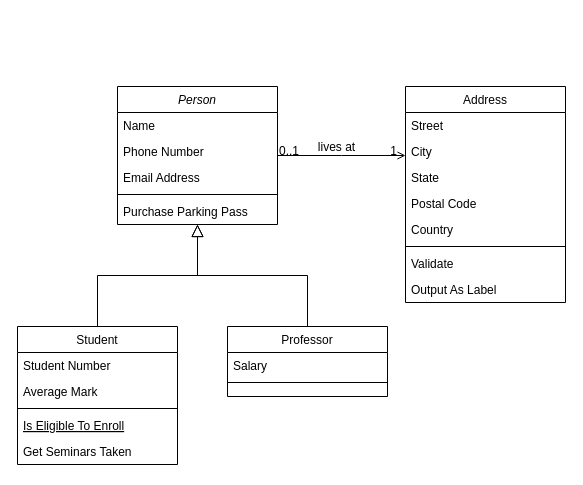
Before: JobSharing Class Diagram.drawio in lil-dua/JobSharing, a draw.io diagram. Source tidied: cells renumbered, new cells numbered last; positions are measured from the earlier drawing's top-left corner, leaving out a move shared by most shapes. Both pictures are drawn from the tidied source at 100%, with x=0, y=0 at pixel (17, 86).
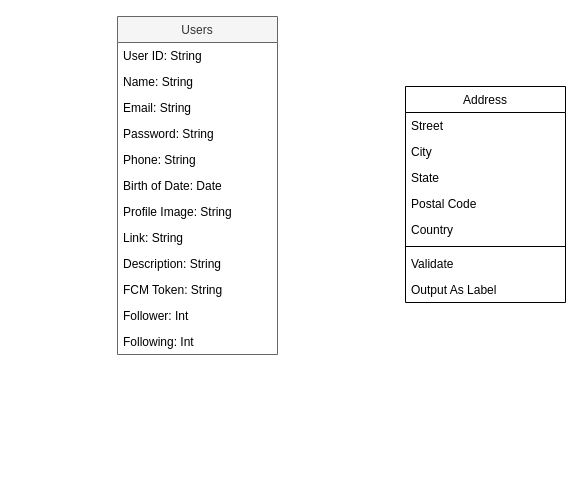
The same diagram, later.

The change refers to these unchanged cells:
```xml
<mxCell id="19" value="Address" style="swimlane;fontStyle=0;align=center;verticalAlign=top;horizontal=1;startSize=26;rounded=0;shadow=0;strokeWidth=1;" parent="1" vertex="1">
  <mxGeometry x="388" width="160" height="216" as="geometry" />
</mxCell>
```

Change to the diagram source:
```diff
@@
-    <mxCell id="2" value="Person" style="swimlane;fontStyle=2;align=center;verticalAlign=top;horizontal=1;startSize=26;rounded=0;shadow=0;strokeWidth=1;" parent="1" vertex="1">
-      <mxGeometry x="100" width="160" height="138" as="geometry" />
+    <mxCell id="2" value="Users" style="swimlane;fontStyle=0;align=center;verticalAlign=top;horizontal=1;startSize=26;rounded=0;shadow=0;strokeWidth=1;fillColor=#f5f5f5;fontColor=#333333;strokeColor=#666666;" parent="1" vertex="1">
+      <mxGeometry x="100" y="-70" width="160" height="338" as="geometry" />
     </mxCell>
+    <mxCell id="32" value="User ID: String" style="text;align=left;verticalAlign=top;spacingLeft=4;spacingRight=4;overflow=hidden;" parent="2" vertex="1">
+      <mxGeometry y="26" width="160" height="26" as="geometry" />
+    </mxCell>
-    <mxCell id="3" value="Name" style="text;align=left;verticalAlign=top;spacingLeft=4;spacingRight=4;overflow=hidden;" parent="2" vertex="1">
-      <mxGeometry y="26" width="160" height="26" as="geometry" />
+    <mxCell id="3" value="Name: String" style="text;align=left;verticalAlign=top;spacingLeft=4;spacingRight=4;overflow=hidden;" parent="2" vertex="1">
+      <mxGeometry y="52" width="160" height="26" as="geometry" />
     </mxCell>
-    <mxCell id="4" value="Phone Number" style="text;align=left;verticalAlign=top;spacingLeft=4;spacingRight=4;overflow=hidden;rounded=0;shadow=0;html=0;" parent="2" vertex="1">
-      <mxGeometry y="52" width="160" height="26" as="geometry" />
+    <mxCell id="4" value="Email: String" style="text;align=left;verticalAlign=top;spacingLeft=4;spacingRight=4;overflow=hidden;rounded=0;shadow=0;html=0;" parent="2" vertex="1">
+      <mxGeometry y="78" width="160" height="26" as="geometry" />
     </mxCell>
-    <mxCell id="5" value="Email Address" style="text;align=left;verticalAlign=top;spacingLeft=4;spacingRight=4;overflow=hidden;rounded=0;shadow=0;html=0;" parent="2" vertex="1">
-      <mxGeometry y="78" width="160" height="26" as="geometry" />
+    <mxCell id="5" value="Password: String" style="text;align=left;verticalAlign=top;spacingLeft=4;spacingRight=4;overflow=hidden;rounded=0;shadow=0;html=0;" parent="2" vertex="1">
+      <mxGeometry y="104" width="160" height="26" as="geometry" />
     </mxCell>
-    <mxCell id="6" style="line;html=1;strokeWidth=1;align=left;verticalAlign=middle;spacingTop=-1;spacingLeft=3;spacingRight=3;labelPosition=right;" parent="2" vertex="1">
-      <mxGeometry y="104" width="160" height="8" as="geometry" />
-    </mxCell>
-    <mxCell id="7" value="Purchase Parking Pass" style="text;align=left;verticalAlign=top;spacingLeft=4;spacingRight=4;overflow=hidden;" parent="2" vertex="1">
-      <mxGeometry y="112" width="160" height="26" as="geometry" />
-    </mxCell>
-    <mxCell id="8" value="Student" style="swimlane;fontStyle=0;align=center;verticalAlign=top;horizontal=1;startSize=26;rounded=0;shadow=0;strokeWidth=1;" parent="1" vertex="1">
-      <mxGeometry y="240" width="160" height="138" as="geometry" />
-    </mxCell>
-    <mxCell id="9" value="Student Number" style="text;align=left;verticalAlign=top;spacingLeft=4;spacingRight=4;overflow=hidden;" parent="8" vertex="1">
-      <mxGeometry y="26" width="160" height="26" as="geometry" />
-    </mxCell>
-    <mxCell id="10" value="Average Mark" style="text;align=left;verticalAlign=top;spacingLeft=4;spacingRight=4;overflow=hidden;rounded=0;shadow=0;html=0;" parent="8" vertex="1">
-      <mxGeometry y="52" width="160" height="26" as="geometry" />
-    </mxCell>
-    <mxCell id="11" style="line;html=1;strokeWidth=1;align=left;verticalAlign=middle;spacingTop=-1;spacingLeft=3;spacingRight=3;labelPosition=right;" parent="8" vertex="1">
-      <mxGeometry y="78" width="160" height="8" as="geometry" />
-    </mxCell>
-    <mxCell id="12" value="Is Eligible To Enroll" style="text;align=left;verticalAlign=top;spacingLeft=4;spacingRight=4;overflow=hidden;fontStyle=4;" parent="8" vertex="1">
-      <mxGeometry y="86" width="160" height="26" as="geometry" />
-    </mxCell>
-    <mxCell id="13" value="Get Seminars Taken" style="text;align=left;verticalAlign=top;spacingLeft=4;spacingRight=4;overflow=hidden;" parent="8" vertex="1">
-      <mxGeometry y="112" width="160" height="26" as="geometry" />
-    </mxCell>
-    <mxCell id="14" style="endArrow=block;endSize=10;endFill=0;shadow=0;strokeWidth=1;rounded=0;edgeStyle=elbowEdgeStyle;elbow=vertical;" parent="1" edge="1" source="8" target="2">
-      <mxGeometry relative="1" as="geometry" />
-    </mxCell>
-    <mxCell id="15" value="Professor" style="swimlane;fontStyle=0;align=center;verticalAlign=top;horizontal=1;startSize=26;rounded=0;shadow=0;strokeWidth=1;" parent="1" vertex="1">
-      <mxGeometry x="210" y="240" width="160" height="70" as="geometry" />
-    </mxCell>
-    <mxCell id="16" value="Salary" style="text;align=left;verticalAlign=top;spacingLeft=4;spacingRight=4;overflow=hidden;" parent="15" vertex="1">
-      <mxGeometry y="26" width="160" height="26" as="geometry" />
-    </mxCell>
-    <mxCell id="17" style="line;html=1;strokeWidth=1;align=left;verticalAlign=middle;spacingTop=-1;spacingLeft=3;spacingRight=3;labelPosition=right;" parent="15" vertex="1">
-      <mxGeometry y="52" width="160" height="8" as="geometry" />
-    </mxCell>
-    <mxCell id="18" style="endArrow=block;endSize=10;endFill=0;shadow=0;strokeWidth=1;rounded=0;edgeStyle=elbowEdgeStyle;elbow=vertical;" parent="1" edge="1" source="15" target="2">
-      <mxGeometry relative="1" as="geometry" />
-    </mxCell>
+    <mxCell id="33" value="Phone: String" style="text;align=left;verticalAlign=top;spacingLeft=4;spacingRight=4;overflow=hidden;rounded=0;shadow=0;html=0;" parent="2" vertex="1">
+      <mxGeometry y="130" width="160" height="26" as="geometry" />
+    </mxCell>
+    <mxCell id="34" value="Birth of Date: Date" style="text;align=left;verticalAlign=top;spacingLeft=4;spacingRight=4;overflow=hidden;rounded=0;shadow=0;html=0;" parent="2" vertex="1">
+      <mxGeometry y="156" width="160" height="26" as="geometry" />
+    </mxCell>
+    <mxCell id="35" value="Profile Image: String" style="text;align=left;verticalAlign=top;spacingLeft=4;spacingRight=4;overflow=hidden;rounded=0;shadow=0;html=0;" parent="2" vertex="1">
+      <mxGeometry y="182" width="160" height="26" as="geometry" />
+    </mxCell>
+    <mxCell id="36" value="Link: String" style="text;align=left;verticalAlign=top;spacingLeft=4;spacingRight=4;overflow=hidden;rounded=0;shadow=0;html=0;" parent="2" vertex="1">
+      <mxGeometry y="208" width="160" height="26" as="geometry" />
+    </mxCell>
+    <mxCell id="37" value="Description: String" style="text;align=left;verticalAlign=top;spacingLeft=4;spacingRight=4;overflow=hidden;rounded=0;shadow=0;html=0;" parent="2" vertex="1">
+      <mxGeometry y="234" width="160" height="26" as="geometry" />
+    </mxCell>
+    <mxCell id="38" value="FCM Token: String" style="text;align=left;verticalAlign=top;spacingLeft=4;spacingRight=4;overflow=hidden;rounded=0;shadow=0;html=0;" parent="2" vertex="1">
+      <mxGeometry y="260" width="160" height="26" as="geometry" />
+    </mxCell>
+    <mxCell id="39" value="Follower: Int" style="text;align=left;verticalAlign=top;spacingLeft=4;spacingRight=4;overflow=hidden;rounded=0;shadow=0;html=0;" parent="2" vertex="1">
+      <mxGeometry y="286" width="160" height="26" as="geometry" />
+    </mxCell>
+    <mxCell id="40" value="Following: Int" style="text;align=left;verticalAlign=top;spacingLeft=4;spacingRight=4;overflow=hidden;rounded=0;shadow=0;html=0;" parent="2" vertex="1">
+      <mxGeometry y="312" width="160" height="26" as="geometry" />
+    </mxCell>
@@
-    <mxCell id="28" style="endArrow=open;shadow=0;strokeWidth=1;rounded=0;endFill=1;edgeStyle=elbowEdgeStyle;elbow=vertical;" parent="1" edge="1" source="2" target="19">
-      <mxGeometry x="0.5" y="41" relative="1" as="geometry">
-        <mxPoint x="-40" y="32" as="offset" />
-      </mxGeometry>
-    </mxCell>
-    <mxCell id="29" value="0..1" style="align=left;verticalAlign=bottom;labelBackgroundColor=none;fontSize=12;" parent="28" vertex="1">
-      <mxGeometry x="-1" relative="1" as="geometry">
-        <mxPoint y="4" as="offset" />
-      </mxGeometry>
-    </mxCell>
-    <mxCell id="30" value="1" style="align=right;verticalAlign=bottom;labelBackgroundColor=none;fontSize=12;" parent="28" vertex="1">
-      <mxGeometry x="1" relative="1" as="geometry">
-        <mxPoint x="-7" y="4" as="offset" />
-      </mxGeometry>
-    </mxCell>
-    <mxCell id="31" value="lives at" style="text;html=1;align=center;verticalAlign=middle;labelBackgroundColor=none;rounded=0;shadow=0;strokeWidth=1;fontSize=12;" parent="28" vertex="1">
-      <mxGeometry x="0.5" y="49" relative="1" as="geometry">
-        <mxPoint x="-38" y="40" as="offset" />
-      </mxGeometry>
-    </mxCell>
```
